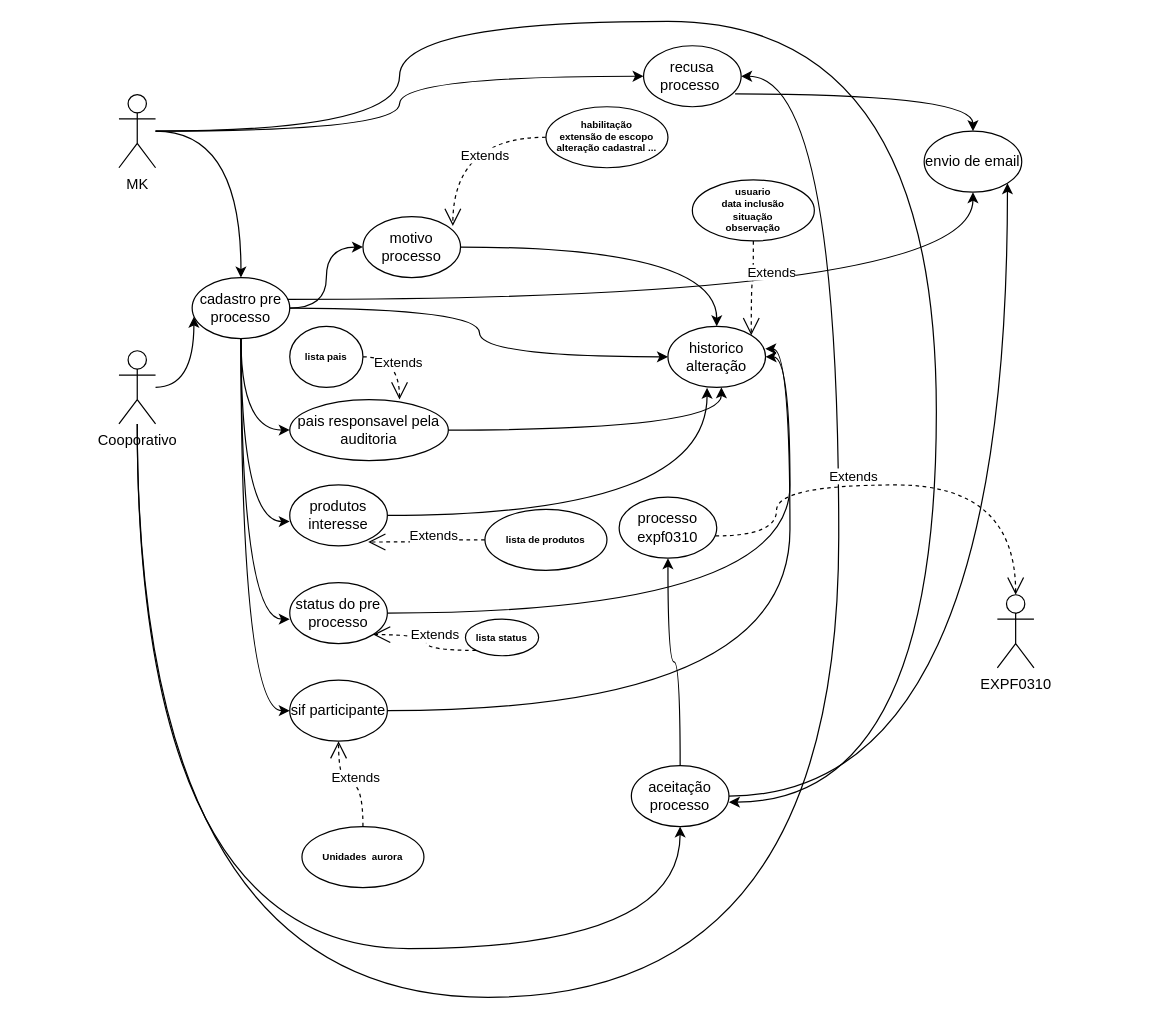
osmardias123/osmardias123 keeps this draw.io diagram as pre_expf0310.drawio. Above is the earlier version. Source tidied: cells renumbered, new cells numbered last; positions are measured from the earlier drawing's top-left corner, leaving out a move shared by most shapes. Both pictures are drawn from the tidied source at 122%, with x=0, y=0 at pixel (118, 21).
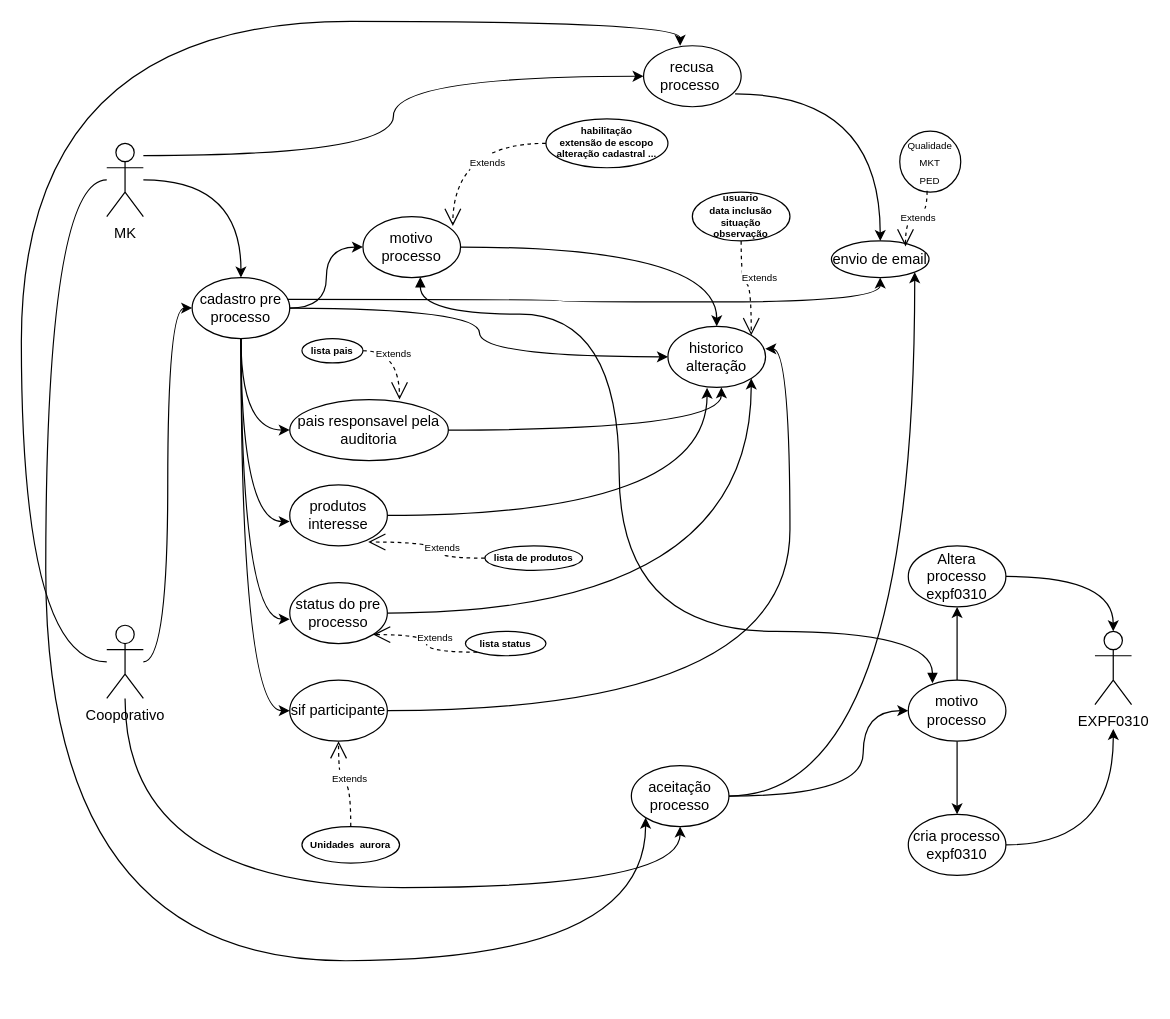
Above is the later version.

The change refers to these unchanged cells:
```xml
<mxCell id="12" value="cadastro pre processo" style="ellipse;whiteSpace=wrap;html=1;" parent="1" vertex="1">
  <mxGeometry x="60" y="210" width="80" height="50" as="geometry" />
</mxCell>
<mxCell id="15" value="aceitação processo" style="ellipse;whiteSpace=wrap;html=1;" parent="1" vertex="1">
  <mxGeometry x="420" y="610" width="80" height="50" as="geometry" />
</mxCell>
<mxCell id="17" value="recusa processo&amp;nbsp;" style="ellipse;whiteSpace=wrap;html=1;" parent="1" vertex="1">
  <mxGeometry x="430" y="20" width="80" height="50" as="geometry" />
</mxCell>
<mxCell id="19" value="motivo&lt;br&gt;processo" style="ellipse;whiteSpace=wrap;html=1;" parent="1" vertex="1">
  <mxGeometry x="200" y="160" width="80" height="50" as="geometry" />
</mxCell>
<mxCell id="22" value="sif participante" style="ellipse;whiteSpace=wrap;html=1;" parent="1" vertex="1">
  <mxGeometry x="140" y="540" width="80" height="50" as="geometry" />
</mxCell>
<mxCell id="23" value="produtos interesse" style="ellipse;whiteSpace=wrap;html=1;" parent="1" vertex="1">
  <mxGeometry x="140" y="380" width="80" height="50" as="geometry" />
</mxCell>
<mxCell id="26" value="status do pre processo" style="ellipse;whiteSpace=wrap;html=1;" parent="1" vertex="1">
  <mxGeometry x="140" y="460" width="80" height="50" as="geometry" />
</mxCell>
<mxCell id="27" value="historico alteração" style="ellipse;whiteSpace=wrap;html=1;" parent="1" vertex="1">
  <mxGeometry x="450" y="250" width="80" height="50" as="geometry" />
</mxCell>
<mxCell id="28" value="pais responsavel pela auditoria" style="ellipse;whiteSpace=wrap;html=1;" parent="1" vertex="1">
  <mxGeometry x="140" y="310" width="130" height="50" as="geometry" />
</mxCell>
```

Diff of the diagram source:
```diff
@@
+    <mxCell id="24" style="edgeStyle=orthogonalEdgeStyle;rounded=0;jettySize=auto;html=1;curved=1;entryX=0;entryY=1;entryDx=0;entryDy=0;" parent="1" edge="1" source="3" target="15">
+      <mxGeometry relative="1" as="geometry">
+        <Array as="points">
+          <mxPoint x="-60" y="130" />
+          <mxPoint x="-60" y="770" />
+          <mxPoint x="432" y="770" />
+        </Array>
+      </mxGeometry>
+    </mxCell>
     <mxCell id="3" value="MK" style="shape=umlActor;verticalLabelPosition=bottom;verticalAlign=top;html=1;outlineConnect=0;" parent="1" vertex="1">
-      <mxGeometry y="60" width="30" height="60" as="geometry" />
+      <mxGeometry x="-10" y="100" width="30" height="60" as="geometry" />
     </mxCell>
-    <mxCell id="4" style="edgeStyle=orthogonalEdgeStyle;rounded=0;jettySize=auto;html=1;entryX=0.018;entryY=0.644;entryDx=0;entryDy=0;curved=1;entryPerimeter=0;" parent="1" edge="1" source="7" target="12">
+    <mxCell id="4" style="edgeStyle=orthogonalEdgeStyle;rounded=0;jettySize=auto;html=1;entryX=0;entryY=0.5;entryDx=0;entryDy=0;curved=1;" parent="1" edge="1" source="7" target="12">
       <mxGeometry relative="1" as="geometry" />
     </mxCell>
     <mxCell id="5" style="edgeStyle=orthogonalEdgeStyle;rounded=0;jettySize=auto;html=1;entryX=0.5;entryY=1;entryDx=0;entryDy=0;curved=1;" parent="1" edge="1" source="7" target="15">
       <mxGeometry relative="1" as="geometry">
         <Array as="points">
-          <mxPoint x="15" y="760" />
-          <mxPoint x="460" y="760" />
+          <mxPoint x="5" y="710" />
+          <mxPoint x="460" y="710" />
         </Array>
       </mxGeometry>
     </mxCell>
-    <mxCell id="6" style="edgeStyle=orthogonalEdgeStyle;rounded=0;jettySize=auto;html=1;curved=1;" parent="1" edge="1" source="7" target="17">
+    <mxCell id="6" style="edgeStyle=orthogonalEdgeStyle;rounded=0;jettySize=auto;html=1;curved=1;entryX=0.375;entryY=0;entryDx=0;entryDy=0;entryPerimeter=0;" parent="1" edge="1" source="7" target="17">
       <mxGeometry relative="1" as="geometry">
         <Array as="points">
-          <mxPoint x="15" y="800" />
-          <mxPoint x="590" y="800" />
-          <mxPoint x="590" y="45" />
+          <mxPoint x="-80" y="525" />
+          <mxPoint x="-80" />
+          <mxPoint x="460" />
         </Array>
       </mxGeometry>
     </mxCell>
     <mxCell id="7" value="Cooporativo" style="shape=umlActor;verticalLabelPosition=bottom;verticalAlign=top;html=1;outlineConnect=0;" parent="1" vertex="1">
-      <mxGeometry y="270" width="30" height="60" as="geometry" />
+      <mxGeometry x="-10" y="495" width="30" height="60" as="geometry" />
     </mxCell>
@@
-    <mxCell id="13" style="edgeStyle=orthogonalEdgeStyle;rounded=0;jettySize=auto;html=1;entryX=0.5;entryY=1;entryDx=0;entryDy=0;curved=1;" parent="1" edge="1" source="15" target="42">
-      <mxGeometry relative="1" as="geometry" />
-    </mxCell>
@@
     <mxCell id="18" style="edgeStyle=orthogonalEdgeStyle;rounded=0;jettySize=auto;html=1;entryX=0;entryY=0.5;entryDx=0;entryDy=0;curved=1;" parent="1" edge="1" source="3" target="17">
-      <mxGeometry relative="1" as="geometry" />
+      <mxGeometry relative="1" as="geometry">
+        <Array as="points">
+          <mxPoint x="225" y="110" />
+          <mxPoint x="225" y="45" />
+        </Array>
+      </mxGeometry>
     </mxCell>
@@
     <mxCell id="20" value="&lt;h6&gt;habilitação&lt;br&gt;extensão de escopo&lt;br&gt;alteração cadastral ...&lt;/h6&gt;" style="ellipse;whiteSpace=wrap;html=1;" parent="1" vertex="1">
-      <mxGeometry x="350" y="70" width="100" height="50" as="geometry" />
+      <mxGeometry x="350" y="80" width="100" height="40" as="geometry" />
     </mxCell>
-    <mxCell id="21" value="Extends" style="endArrow=open;endSize=12;dashed=1;html=1;rounded=0;entryX=0.921;entryY=0.154;entryDx=0;entryDy=0;entryPerimeter=0;edgeStyle=orthogonalEdgeStyle;curved=1;" parent="1" edge="1" source="20" target="19">
+    <mxCell id="21" value="&lt;font style=&quot;font-size: 8px;&quot;&gt;Extends&lt;/font&gt;" style="endArrow=open;endSize=12;dashed=1;html=1;rounded=0;entryX=0.921;entryY=0.154;entryDx=0;entryDy=0;entryPerimeter=0;edgeStyle=orthogonalEdgeStyle;curved=1;" parent="1" edge="1" source="20" target="19">
       <mxGeometry x="-0.33" y="15" relative="1" as="geometry" />
     </mxCell>
@@
-    <mxCell id="24" style="edgeStyle=orthogonalEdgeStyle;rounded=0;jettySize=auto;html=1;entryX=1;entryY=0.6;entryDx=0;entryDy=0;entryPerimeter=0;curved=1;" parent="1" edge="1" source="3" target="15">
-      <mxGeometry relative="1" as="geometry">
-        <Array as="points">
-          <mxPoint x="230" y="90" />
-          <mxPoint x="230" />
-          <mxPoint x="670" />
-          <mxPoint x="670" y="640" />
-        </Array>
-      </mxGeometry>
-    </mxCell>
-    <mxCell id="25" style="edgeStyle=orthogonalEdgeStyle;rounded=0;jettySize=auto;html=1;entryX=1;entryY=0.5;entryDx=0;entryDy=0;curved=1;" parent="1" edge="1" source="26" target="27">
+    <mxCell id="25" style="edgeStyle=orthogonalEdgeStyle;rounded=0;jettySize=auto;html=1;entryX=1;entryY=1;entryDx=0;entryDy=0;curved=1;" parent="1" edge="1" source="26" target="27">
       <mxGeometry relative="1" as="geometry" />
     </mxCell>
@@
     <mxCell id="36" value="&lt;h6&gt;usuario&lt;br&gt;data inclusão&lt;br&gt;situação&lt;br&gt;observação&lt;/h6&gt;" style="ellipse;whiteSpace=wrap;html=1;" parent="1" vertex="1">
-      <mxGeometry x="470" y="130" width="100" height="50" as="geometry" />
+      <mxGeometry x="470" y="140" width="80" height="40" as="geometry" />
     </mxCell>
-    <mxCell id="37" value="Extends" style="endArrow=open;endSize=12;dashed=1;html=1;rounded=0;entryX=1;entryY=0;entryDx=0;entryDy=0;edgeStyle=orthogonalEdgeStyle;curved=1;" parent="1" edge="1" source="36" target="27">
+    <mxCell id="37" value="&lt;font style=&quot;font-size: 8px;&quot;&gt;Extends&lt;/font&gt;" style="endArrow=open;endSize=12;dashed=1;html=1;rounded=0;entryX=1;entryY=0;entryDx=0;entryDy=0;edgeStyle=orthogonalEdgeStyle;curved=1;" parent="1" edge="1" source="36" target="27">
       <mxGeometry x="-0.33" y="15" relative="1" as="geometry" />
     </mxCell>
     <mxCell id="38" value="&lt;h6&gt;Unidades&amp;nbsp; aurora&lt;/h6&gt;" style="ellipse;whiteSpace=wrap;html=1;" parent="1" vertex="1">
-      <mxGeometry x="150" y="660" width="100" height="50" as="geometry" />
+      <mxGeometry x="150" y="660" width="80" height="30" as="geometry" />
     </mxCell>
-    <mxCell id="39" value="Extends" style="endArrow=open;endSize=12;dashed=1;html=1;rounded=0;entryX=0.5;entryY=1;entryDx=0;entryDy=0;edgeStyle=orthogonalEdgeStyle;curved=1;" parent="1" edge="1" source="38" target="22">
+    <mxCell id="39" value="&lt;font style=&quot;font-size: 8px;&quot;&gt;Extends&lt;/font&gt;" style="endArrow=open;endSize=12;dashed=1;html=1;rounded=0;entryX=0.5;entryY=1;entryDx=0;entryDy=0;edgeStyle=orthogonalEdgeStyle;curved=1;" parent="1" edge="1" source="38" target="22">
       <mxGeometry x="-0.1" y="-5" relative="1" as="geometry" />
     </mxCell>
     <mxCell id="40" value="&lt;h6&gt;lista de produtos&lt;/h6&gt;" style="ellipse;whiteSpace=wrap;html=1;" parent="1" vertex="1">
-      <mxGeometry x="300" y="400" width="100" height="50" as="geometry" />
+      <mxGeometry x="300" y="430" width="80" height="20" as="geometry" />
     </mxCell>
-    <mxCell id="41" value="Extends" style="endArrow=open;endSize=12;dashed=1;html=1;rounded=0;entryX=0.804;entryY=0.935;entryDx=0;entryDy=0;edgeStyle=orthogonalEdgeStyle;curved=1;entryPerimeter=0;" parent="1" edge="1" source="40" target="23">
+    <mxCell id="41" value="&lt;font style=&quot;font-size: 8px;&quot;&gt;Extends&lt;/font&gt;" style="endArrow=open;endSize=12;dashed=1;html=1;rounded=0;entryX=0.804;entryY=0.935;entryDx=0;entryDy=0;edgeStyle=orthogonalEdgeStyle;curved=1;entryPerimeter=0;" parent="1" edge="1" source="40" target="23">
       <mxGeometry x="-0.1" y="-5" relative="1" as="geometry" />
     </mxCell>
+    <mxCell id="50" style="edgeStyle=orthogonalEdgeStyle;rounded=0;jettySize=auto;html=1;curved=1;" parent="1" edge="1" source="42">
+      <mxGeometry relative="1" as="geometry">
+        <mxPoint x="815" y="580" as="targetPoint" />
+      </mxGeometry>
+    </mxCell>
-    <mxCell id="42" value="processo expf0310" style="ellipse;whiteSpace=wrap;html=1;" parent="1" vertex="1">
-      <mxGeometry x="410" y="390" width="80" height="50" as="geometry" />
+    <mxCell id="42" value="cria processo expf0310" style="ellipse;whiteSpace=wrap;html=1;" parent="1" vertex="1">
+      <mxGeometry x="647" y="650" width="80" height="50" as="geometry" />
     </mxCell>
     <mxCell id="43" value="EXPF0310" style="shape=umlActor;verticalLabelPosition=bottom;verticalAlign=top;html=1;outlineConnect=0;" parent="1" vertex="1">
-      <mxGeometry x="720" y="470" width="30" height="60" as="geometry" />
+      <mxGeometry x="800" y="500" width="30" height="60" as="geometry" />
     </mxCell>
-    <mxCell id="44" value="Extends" style="endArrow=open;endSize=12;dashed=1;html=1;rounded=0;edgeStyle=orthogonalEdgeStyle;curved=1;exitX=0.985;exitY=0.636;exitDx=0;exitDy=0;exitPerimeter=0;" parent="1" edge="1" source="42" target="43">
-      <mxGeometry x="-0.18" y="7" relative="1" as="geometry">
-        <Array as="points">
-          <mxPoint x="539" y="380" />
-          <mxPoint x="735" y="380" />
-        </Array>
-      </mxGeometry>
-    </mxCell>
     <mxCell id="45" value="envio de email" style="ellipse;whiteSpace=wrap;html=1;" parent="1" vertex="1">
-      <mxGeometry x="660" y="90" width="80" height="50" as="geometry" />
+      <mxGeometry x="584" y="180" width="80" height="30" as="geometry" />
     </mxCell>
     <mxCell id="46" value="&lt;h6&gt;lista pais&lt;/h6&gt;" style="ellipse;whiteSpace=wrap;html=1;" parent="1" vertex="1">
-      <mxGeometry x="140" y="250" width="60" height="50" as="geometry" />
+      <mxGeometry x="150" y="260" width="50" height="20" as="geometry" />
     </mxCell>
-    <mxCell id="47" value="Extends" style="endArrow=open;endSize=12;dashed=1;html=1;rounded=0;entryX=0.692;entryY=0;entryDx=0;entryDy=0;edgeStyle=orthogonalEdgeStyle;curved=1;entryPerimeter=0;exitX=1;exitY=0.5;exitDx=0;exitDy=0;" parent="1" edge="1" source="46" target="28">
+    <mxCell id="47" value="&lt;font style=&quot;font-size: 8px;&quot;&gt;Extends&lt;/font&gt;" style="endArrow=open;endSize=12;dashed=1;html=1;rounded=0;entryX=0.692;entryY=0;entryDx=0;entryDy=0;edgeStyle=orthogonalEdgeStyle;curved=1;entryPerimeter=0;exitX=1;exitY=0.5;exitDx=0;exitDy=0;" parent="1" edge="1" source="46" target="28">
       <mxGeometry x="-0.1" y="-5" relative="1" as="geometry" />
     </mxCell>
     <mxCell id="48" value="&lt;h6&gt;lista status&lt;/h6&gt;" style="ellipse;whiteSpace=wrap;html=1;" parent="1" vertex="1">
-      <mxGeometry x="284" y="490" width="60" height="30" as="geometry" />
+      <mxGeometry x="284" y="500" width="66" height="20" as="geometry" />
     </mxCell>
-    <mxCell id="49" value="Extends" style="endArrow=open;endSize=12;dashed=1;html=1;rounded=0;entryX=1;entryY=1;entryDx=0;entryDy=0;edgeStyle=orthogonalEdgeStyle;curved=1;exitX=0;exitY=1;exitDx=0;exitDy=0;" parent="1" edge="1" source="48" target="26">
+    <mxCell id="49" value="&lt;font style=&quot;font-size: 8px;&quot;&gt;Extends&lt;/font&gt;" style="endArrow=open;endSize=12;dashed=1;html=1;rounded=0;entryX=1;entryY=1;entryDx=0;entryDy=0;edgeStyle=orthogonalEdgeStyle;curved=1;exitX=0;exitY=1;exitDx=0;exitDy=0;" parent="1" edge="1" source="48" target="26">
       <mxGeometry x="-0.3" y="-13" relative="1" as="geometry" />
     </mxCell>
+    <mxCell id="51" value="&lt;font style=&quot;font-size: 8px;&quot;&gt;Qualidade&lt;br&gt;MKT&lt;br&gt;PED&lt;/font&gt;" style="ellipse;whiteSpace=wrap;html=1;" parent="1" vertex="1">
+      <mxGeometry x="640" y="90" width="50" height="50" as="geometry" />
+    </mxCell>
+    <mxCell id="44" value="&lt;font style=&quot;font-size: 8px;&quot;&gt;Extends&lt;/font&gt;" style="endArrow=open;endSize=12;dashed=1;html=1;rounded=0;edgeStyle=orthogonalEdgeStyle;curved=1;exitX=0.448;exitY=0.979;exitDx=0;exitDy=0;exitPerimeter=0;entryX=0.759;entryY=0.149;entryDx=0;entryDy=0;entryPerimeter=0;" parent="1" edge="1" source="51" target="45">
+      <mxGeometry x="-0.1" relative="1" as="geometry" />
+    </mxCell>
+    <mxCell id="52" style="edgeStyle=orthogonalEdgeStyle;rounded=0;jettySize=auto;html=1;curved=1;" parent="1" edge="1" source="53" target="43">
+      <mxGeometry relative="1" as="geometry" />
+    </mxCell>
+    <mxCell id="53" value="Altera processo expf0310" style="ellipse;whiteSpace=wrap;html=1;" parent="1" vertex="1">
+      <mxGeometry x="647" y="430" width="80" height="50" as="geometry" />
+    </mxCell>
+    <mxCell id="54" style="edgeStyle=orthogonalEdgeStyle;rounded=0;jettySize=auto;html=1;entryX=0.5;entryY=0;entryDx=0;entryDy=0;curved=1;" parent="1" edge="1" source="56" target="42">
+      <mxGeometry relative="1" as="geometry" />
+    </mxCell>
+    <mxCell id="55" style="edgeStyle=orthogonalEdgeStyle;rounded=0;jettySize=auto;html=1;entryX=0.5;entryY=1;entryDx=0;entryDy=0;curved=1;" parent="1" edge="1" source="56" target="53">
+      <mxGeometry relative="1" as="geometry" />
+    </mxCell>
+    <mxCell id="56" value="motivo processo" style="ellipse;whiteSpace=wrap;html=1;" parent="1" vertex="1">
+      <mxGeometry x="647" y="540" width="80" height="50" as="geometry" />
+    </mxCell>
+    <mxCell id="57" style="edgeStyle=orthogonalEdgeStyle;rounded=0;jettySize=auto;html=1;curved=1;entryX=0;entryY=0.5;entryDx=0;entryDy=0;" parent="1" edge="1" source="15" target="56">
+      <mxGeometry relative="1" as="geometry">
+        <Array as="points">
+          <mxPoint x="610" y="635" />
+          <mxPoint x="610" y="565" />
+        </Array>
+      </mxGeometry>
+    </mxCell>
+    <mxCell id="58" style="endArrow=block;startArrow=block;endFill=1;startFill=1;html=1;rounded=0;edgeStyle=orthogonalEdgeStyle;elbow=vertical;exitX=0.588;exitY=0.992;exitDx=0;exitDy=0;entryX=0.248;entryY=0.051;entryDx=0;entryDy=0;curved=1;entryPerimeter=0;exitPerimeter=0;" parent="1" edge="1" source="19" target="56">
+      <mxGeometry relative="1" as="geometry">
+        <Array as="points">
+          <mxPoint x="247" y="240" />
+          <mxPoint x="410" y="240" />
+          <mxPoint x="410" y="500" />
+          <mxPoint x="667" y="500" />
+        </Array>
+      </mxGeometry>
+    </mxCell>
```
